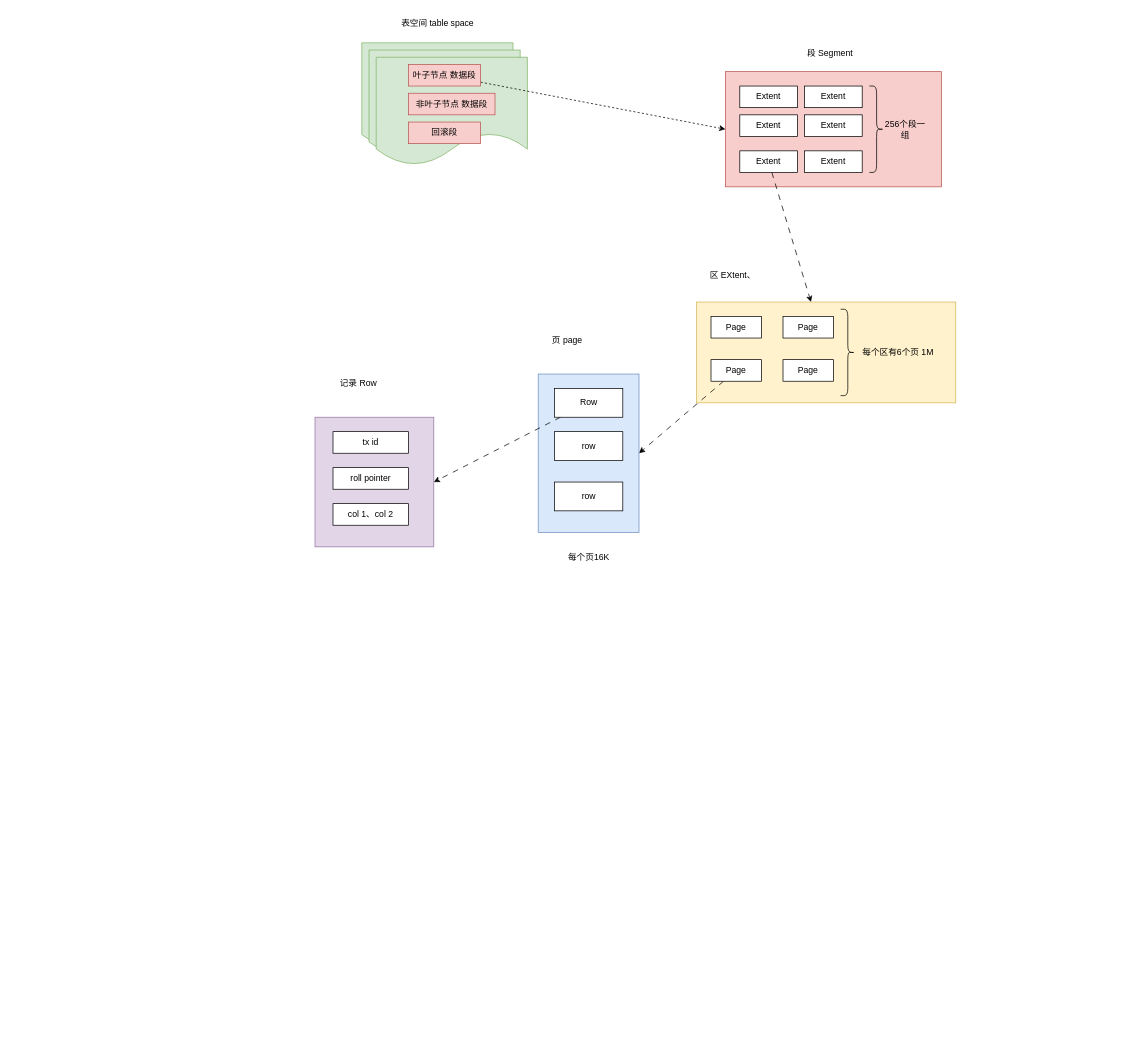
This is mysql/mysql表空间结构.drawio from heihei180/temp_file, a draw.io file, before an edit. Source tidied: cells renumbered, new cells numbered last; positions are measured from the earlier drawing's top-left corner, leaving out a move shared by most shapes. Both pictures are drawn from the tidied source at 72%, with x=0, y=0 at pixel (315, 12).
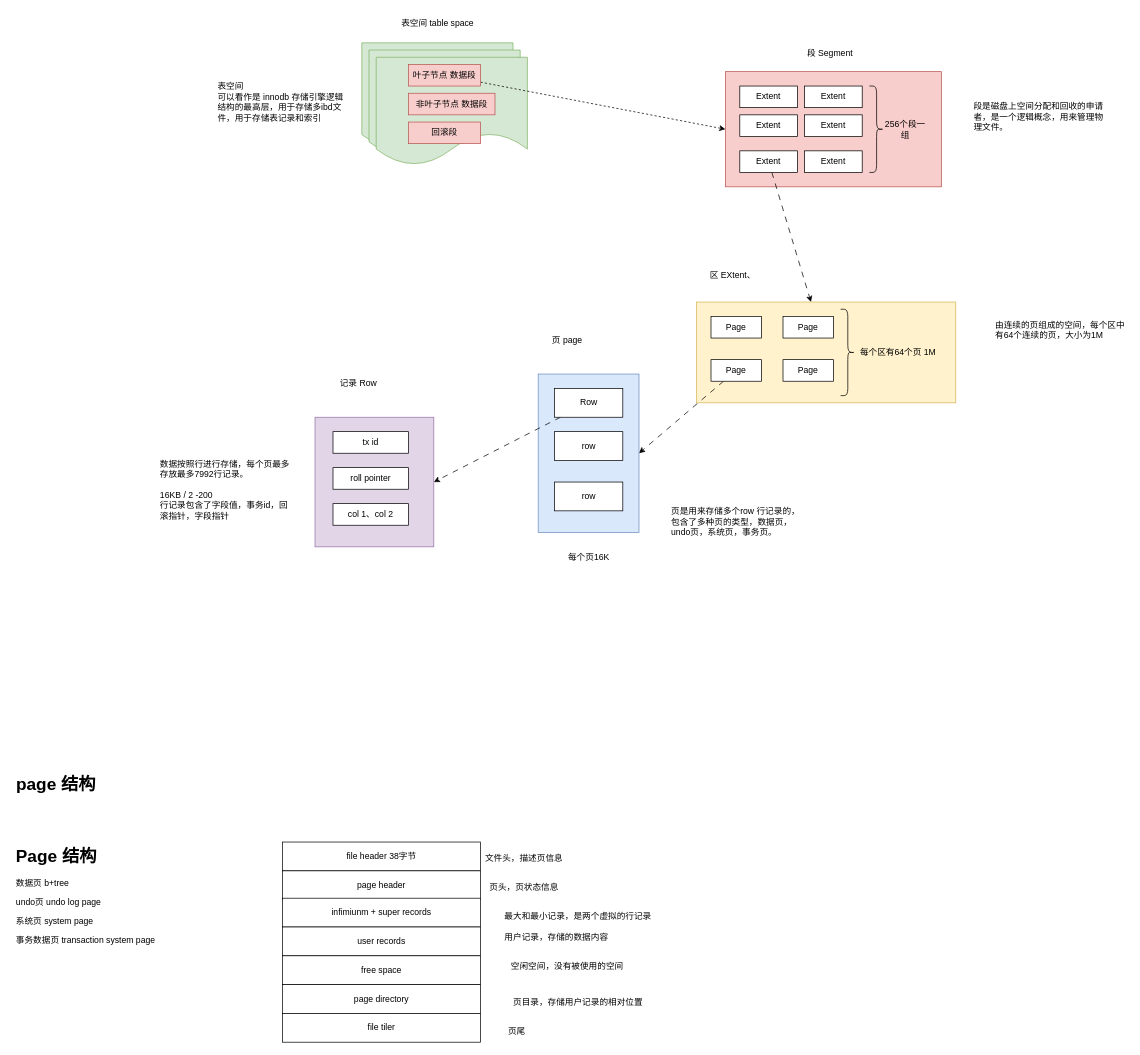
Above is the later version.

Commit message (it also covers changes not shown here):
Update mysql表空间结构.drawio

What changed in the source:
```diff
@@
-    <mxCell id="29" value="每个区有6个页 1M" style="text;html=1;align=center;verticalAlign=middle;whiteSpace=wrap;rounded=0;" parent="1" vertex="1">
+    <mxCell id="29" value="每个区有64个页 1M" style="text;html=1;align=center;verticalAlign=middle;whiteSpace=wrap;rounded=0;" parent="1" vertex="1">
       <mxGeometry x="750" y="457" width="120" height="30" as="geometry" />
     </mxCell>
@@
+    <mxCell id="42" value="&lt;div&gt;&lt;br&gt;&lt;/div&gt;&lt;div&gt;表空间&lt;/div&gt;&lt;div&gt;可以看作是 innodb 存储引擎逻辑结构的最高层，用于存储多ibd文件，用于存储表记录和索引&lt;br&gt;&lt;/div&gt;" style="text;html=1;spacing=5;spacingTop=-20;whiteSpace=wrap;overflow=hidden;rounded=0;" parent="1" vertex="1">
+      <mxGeometry x="-140" y="92" width="190" height="120" as="geometry" />
+    </mxCell>
+    <mxCell id="43" value="&lt;p&gt;段是磁盘上空间分配和回收的申请者，是一个逻辑概念，用来管理物理文件。&lt;br&gt;&lt;/p&gt;" style="text;html=1;spacing=5;spacingTop=-20;whiteSpace=wrap;overflow=hidden;rounded=0;" parent="1" vertex="1">
+      <mxGeometry x="910" y="122" width="190" height="120" as="geometry" />
+    </mxCell>
+    <mxCell id="44" value="由连续的页组成的空间，每个区中有64个连续的页，大小为1M" style="text;html=1;spacing=5;spacingTop=-20;whiteSpace=wrap;overflow=hidden;rounded=0;" parent="1" vertex="1">
+      <mxGeometry x="940" y="437" width="190" height="120" as="geometry" />
+    </mxCell>
+    <mxCell id="45" value="&lt;div&gt;&lt;br&gt;&lt;/div&gt;&lt;div&gt;页是用来存储多个row 行记录的，包含了多种页的类型，数据页，undo页，系统页，事务页。&lt;br&gt;&lt;/div&gt;" style="text;html=1;spacing=5;spacingTop=-20;whiteSpace=wrap;overflow=hidden;rounded=0;" parent="1" vertex="1">
+      <mxGeometry x="490" y="682" width="190" height="120" as="geometry" />
+    </mxCell>
+    <mxCell id="46" value="&lt;div&gt;&lt;br&gt;&lt;/div&gt;&lt;div&gt;&lt;br&gt;&lt;/div&gt;&lt;div&gt;数据按照行进行存储，每个页最多存放最多7992行记录。&lt;/div&gt;&lt;div&gt;&lt;br&gt;&lt;/div&gt;&lt;div&gt;16KB / 2 -200 &lt;br&gt;&lt;/div&gt;&lt;div&gt;行记录包含了字段值，事务id，回滚指针，字段指针&lt;br&gt;&lt;/div&gt;" style="text;html=1;spacing=5;spacingTop=-20;whiteSpace=wrap;overflow=hidden;rounded=0;" parent="1" vertex="1">
+      <mxGeometry x="-220" y="602" width="190" height="120" as="geometry" />
+    </mxCell>
+    <mxCell id="47" value="page 结构" style="text;strokeColor=none;fillColor=none;html=1;fontSize=24;fontStyle=1;verticalAlign=middle;align=center;" parent="1" vertex="1">
+      <mxGeometry x="-410" y="1052" width="100" height="40" as="geometry" />
+    </mxCell>
+    <mxCell id="48" value="&lt;h1&gt;Page 结构&lt;br&gt;&lt;/h1&gt;&lt;p&gt;数据页 b+tree&lt;/p&gt;&lt;p&gt;undo页 undo log page&lt;/p&gt;&lt;p&gt;系统页 system page&lt;/p&gt;&lt;p&gt;事务数据页 transaction system page&lt;/p&gt;&lt;p&gt;&lt;br&gt;&lt;/p&gt;" style="text;html=1;spacing=5;spacingTop=-20;whiteSpace=wrap;overflow=hidden;rounded=0;" parent="1" vertex="1">
+      <mxGeometry x="-420" y="1152" width="250" height="160" as="geometry" />
+    </mxCell>
+    <mxCell id="49" value="file header 38字节" style="rounded=0;whiteSpace=wrap;html=1;" parent="1" vertex="1">
+      <mxGeometry x="-45" y="1152" width="275" height="40" as="geometry" />
+    </mxCell>
+    <mxCell id="50" value="文件头，描述页信息" style="text;html=1;align=center;verticalAlign=middle;strokeColor=none;fillColor=none;" parent="1" vertex="1">
+      <mxGeometry x="225" y="1160" width="130" height="30" as="geometry" />
+    </mxCell>
+    <mxCell id="51" value="page header" style="rounded=0;whiteSpace=wrap;html=1;" parent="1" vertex="1">
+      <mxGeometry x="-45" y="1192" width="275" height="40" as="geometry" />
+    </mxCell>
+    <mxCell id="52" value="页头，页状态信息" style="text;html=1;align=center;verticalAlign=middle;strokeColor=none;fillColor=none;" parent="1" vertex="1">
+      <mxGeometry x="230" y="1200" width="120" height="30" as="geometry" />
+    </mxCell>
+    <mxCell id="53" value="infimiunm + super records" style="rounded=0;whiteSpace=wrap;html=1;" parent="1" vertex="1">
+      <mxGeometry x="-45" y="1230" width="275" height="40" as="geometry" />
+    </mxCell>
+    <mxCell id="54" value="最大和最小记录，是两个虚拟的行记录" style="text;html=1;align=center;verticalAlign=middle;strokeColor=none;fillColor=none;" parent="1" vertex="1">
+      <mxGeometry x="250" y="1240" width="230" height="30" as="geometry" />
+    </mxCell>
+    <mxCell id="55" value="user records" style="rounded=0;whiteSpace=wrap;html=1;" parent="1" vertex="1">
+      <mxGeometry x="-45" y="1270" width="275" height="40" as="geometry" />
+    </mxCell>
+    <mxCell id="56" value="用户记录，存储的数据内容" style="text;html=1;align=center;verticalAlign=middle;strokeColor=none;fillColor=none;" parent="1" vertex="1">
+      <mxGeometry x="250" y="1270" width="170" height="30" as="geometry" />
+    </mxCell>
+    <mxCell id="57" value="free space " style="rounded=0;whiteSpace=wrap;html=1;" parent="1" vertex="1">
+      <mxGeometry x="-45" y="1310" width="275" height="40" as="geometry" />
+    </mxCell>
+    <mxCell id="58" value="空闲空间，没有被使用的空间" style="text;html=1;align=center;verticalAlign=middle;strokeColor=none;fillColor=none;" parent="1" vertex="1">
+      <mxGeometry x="260" y="1310" width="180" height="30" as="geometry" />
+    </mxCell>
+    <mxCell id="59" value="page directory" style="rounded=0;whiteSpace=wrap;html=1;" parent="1" vertex="1">
+      <mxGeometry x="-45" y="1350" width="275" height="40" as="geometry" />
+    </mxCell>
+    <mxCell id="60" value="页目录，存储用户记录的相对位置" style="text;html=1;align=center;verticalAlign=middle;strokeColor=none;fillColor=none;" parent="1" vertex="1">
+      <mxGeometry x="265" y="1360" width="200" height="30" as="geometry" />
+    </mxCell>
+    <mxCell id="61" value="file tiler" style="rounded=0;whiteSpace=wrap;html=1;" parent="1" vertex="1">
+      <mxGeometry x="-45" y="1390" width="275" height="40" as="geometry" />
+    </mxCell>
+    <mxCell id="62" value="页尾" style="text;html=1;align=center;verticalAlign=middle;strokeColor=none;fillColor=none;" parent="1" vertex="1">
+      <mxGeometry x="255" y="1400" width="50" height="30" as="geometry" />
+    </mxCell>
```
